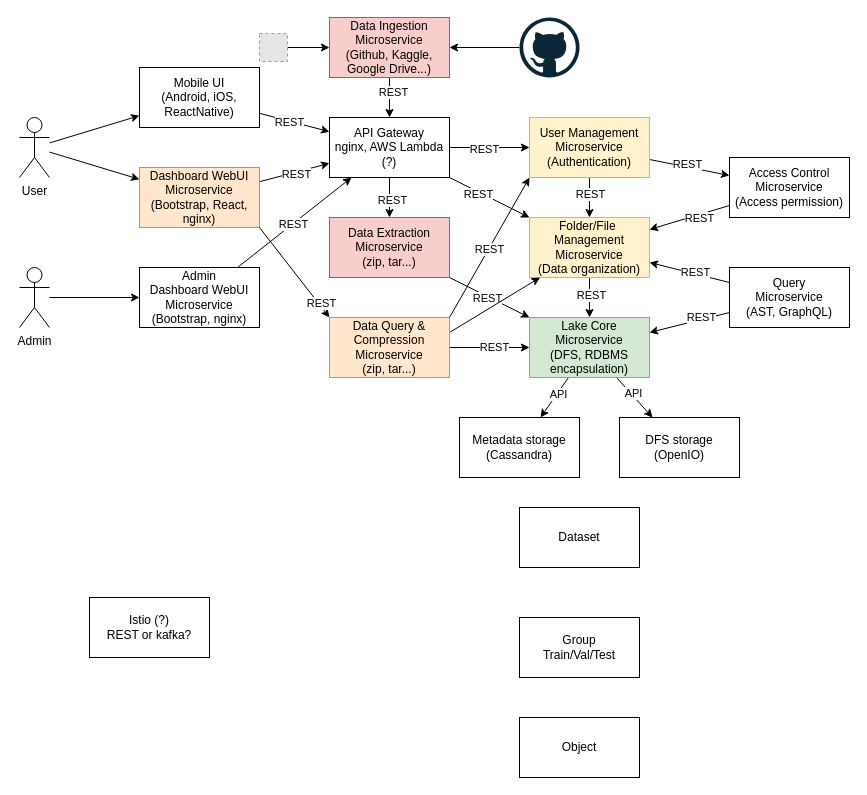
The draw.io diagram docs/arch.drawio in larycoder/ulake-internship, before the edit. Source tidied: cells renumbered, new cells numbered last; positions are measured from the earlier drawing's top-left corner, leaving out a move shared by most shapes. Both pictures are drawn from the tidied source at 100%, with x=0, y=0 at pixel (19, 17). Pictures stored in the file or linked from it are replaced by grey dashed boxes.
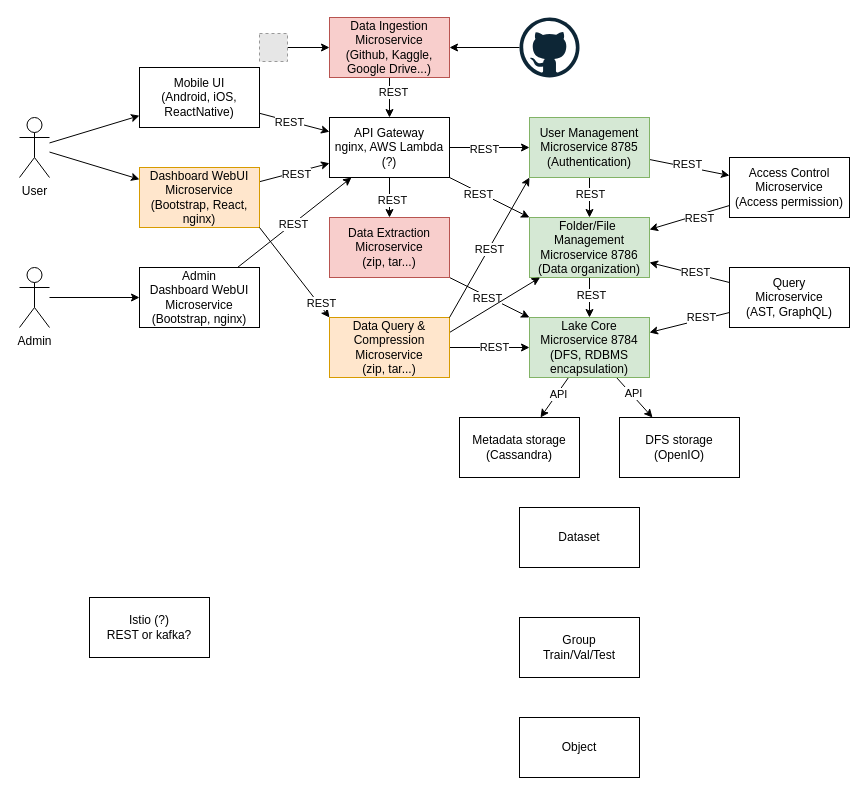
After the change.

Commit message:
docs: Add REST ports to services

The edit, as a diff of the source:
```diff
@@
-    <mxCell id="16" value="User Management&lt;br&gt;Microservice&lt;br&gt;(Authentication)" style="rounded=0;whiteSpace=wrap;html=1;fillColor=#fff2cc;strokeColor=#d6b656;" parent="1" vertex="1">
+    <mxCell id="16" value="User Management&lt;br&gt;Microservice 8785&lt;br&gt;(Authentication)" style="rounded=0;whiteSpace=wrap;html=1;fillColor=#d5e8d4;strokeColor=#82b366;" parent="1" vertex="1">
       <mxGeometry x="510" y="100" width="120" height="60" as="geometry" />
     </mxCell>
@@
-    <mxCell id="23" value="Lake Core&lt;br&gt;Microservice&lt;br&gt;(DFS, RDBMS encapsulation)" style="rounded=0;whiteSpace=wrap;html=1;fillColor=#d5e8d4;strokeColor=#82b366;" parent="1" vertex="1">
+    <mxCell id="23" value="Lake Core&lt;br&gt;Microservice 8784&lt;br&gt;(DFS, RDBMS encapsulation)" style="rounded=0;whiteSpace=wrap;html=1;fillColor=#d5e8d4;strokeColor=#82b366;" parent="1" vertex="1">
       <mxGeometry x="510" y="300" width="120" height="60" as="geometry" />
     </mxCell>
@@
-    <mxCell id="40" value="Folder/File&amp;nbsp; Management&lt;br&gt;Microservice&lt;br&gt;(Data organization)" style="rounded=0;whiteSpace=wrap;html=1;fillColor=#fff2cc;strokeColor=#d6b656;" parent="1" vertex="1">
+    <mxCell id="40" value="Folder/File&amp;nbsp; Management&lt;br&gt;Microservice 8786&lt;br&gt;(Data organization)" style="rounded=0;whiteSpace=wrap;html=1;fillColor=#d5e8d4;strokeColor=#82b366;" parent="1" vertex="1">
       <mxGeometry x="510" y="200" width="120" height="60" as="geometry" />
     </mxCell>
```
